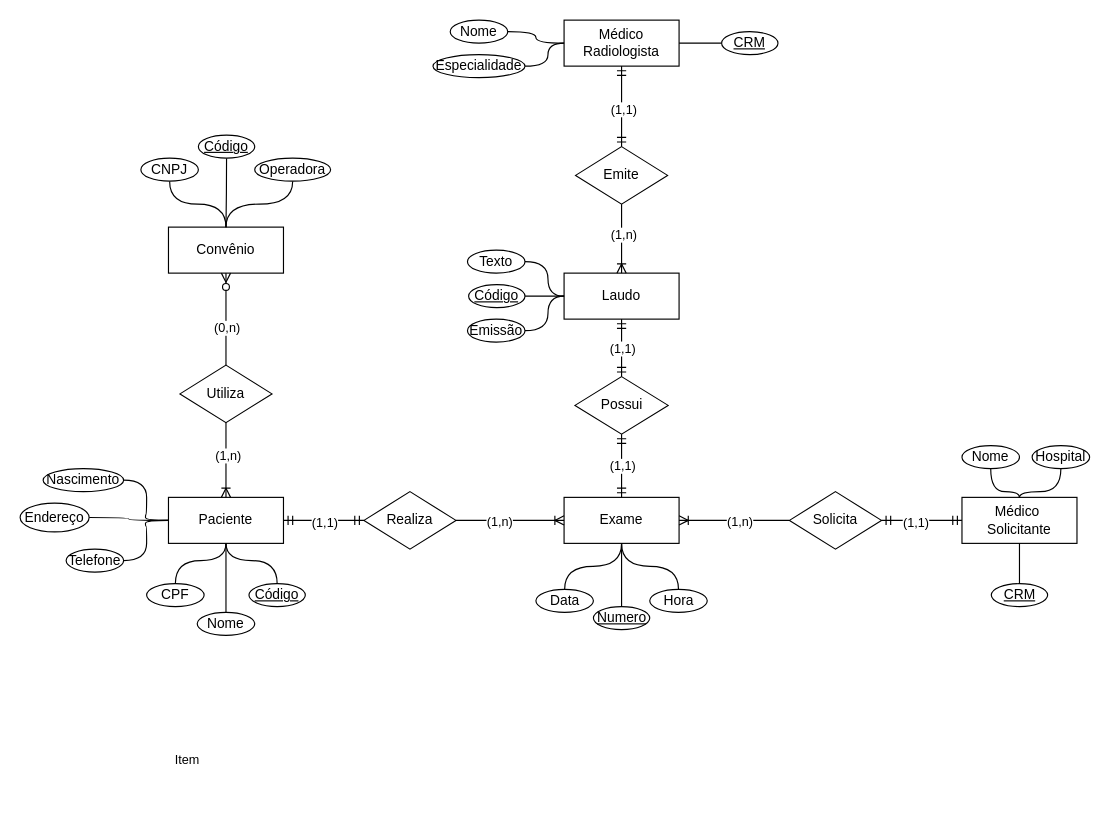
This is Ex2.drawio from Neno300/Banco-de-Dados, a draw.io file, before an edit. Source tidied: cells renumbered, new cells numbered last; positions are measured from the earlier drawing's top-left corner, leaving out a move shared by most shapes. Both pictures are drawn from the tidied source at 115%, with x=0, y=0 at pixel (20, 20).
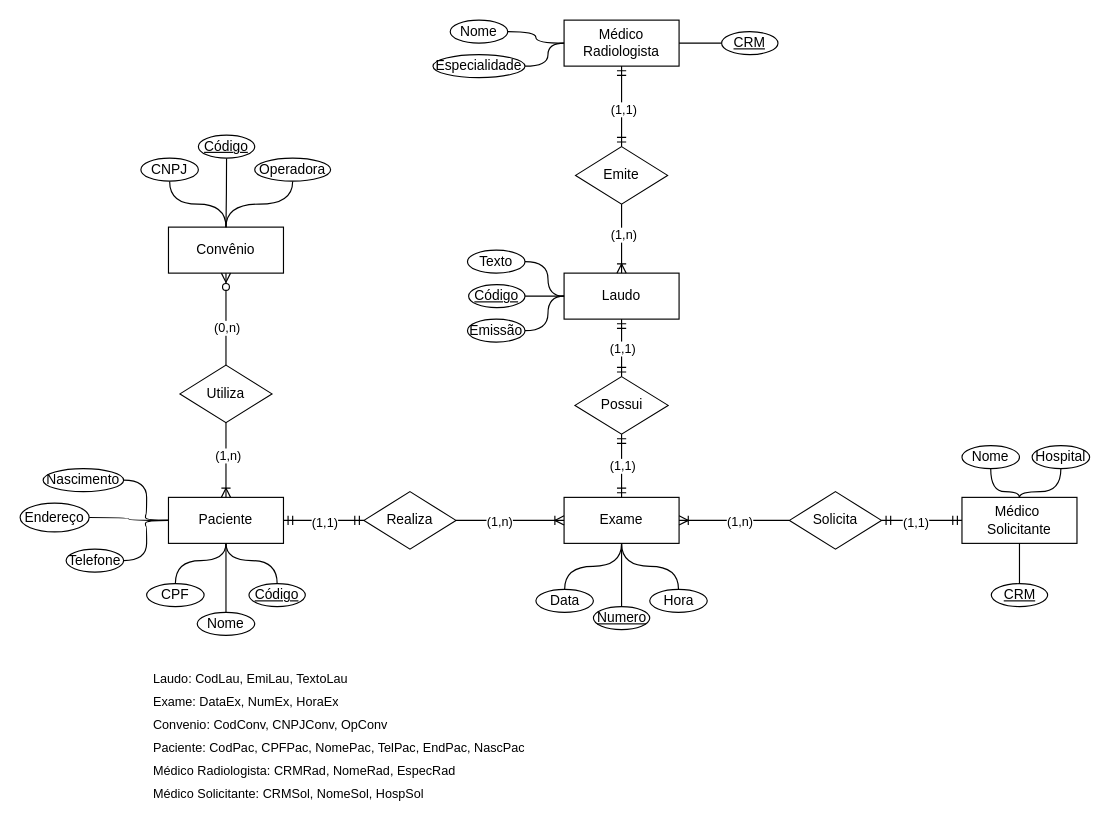
Above is the later version.

What changed in the source:
```diff
@@
-    <mxCell id="75" value="Item" style="text;strokeColor=none;fillColor=none;spacingLeft=4;spacingRight=4;overflow=hidden;fontSize=11;whiteSpace=wrap;html=1;fontFamily=Helvetica;fontColor=default;labelBackgroundColor=default;" parent="1" vertex="1">
-      <mxGeometry x="129" y="630" width="441" height="30" as="geometry" />
+    <mxCell id="75" value="Paciente: CodPac, CPFPac, NomePac, TelPac, EndPac, NascPac" style="text;strokeColor=none;fillColor=none;spacingLeft=4;spacingRight=4;overflow=hidden;fontSize=11;whiteSpace=wrap;html=1;fontFamily=Helvetica;fontColor=default;labelBackgroundColor=default;" parent="1" vertex="1">
+      <mxGeometry x="110" y="620" width="441" height="30" as="geometry" />
     </mxCell>
+    <mxCell id="76" value="Exame: DataEx, NumEx, HoraEx" style="text;strokeColor=none;fillColor=none;spacingLeft=4;spacingRight=4;overflow=hidden;fontSize=11;whiteSpace=wrap;html=1;fontFamily=Helvetica;fontColor=default;labelBackgroundColor=default;" parent="1" vertex="1">
+      <mxGeometry x="110" y="580" width="441" height="30" as="geometry" />
+    </mxCell>
+    <mxCell id="77" value="Médico Solicitante: CRMSol, NomeSol, HospSol" style="text;strokeColor=none;fillColor=none;spacingLeft=4;spacingRight=4;overflow=hidden;fontSize=11;whiteSpace=wrap;html=1;fontFamily=Helvetica;fontColor=default;labelBackgroundColor=default;" parent="1" vertex="1">
+      <mxGeometry x="110" y="660" width="441" height="30" as="geometry" />
+    </mxCell>
+    <mxCell id="78" value="Médico Radiologista: CRMRad, NomeRad, EspecRad" style="text;strokeColor=none;fillColor=none;spacingLeft=4;spacingRight=4;overflow=hidden;fontSize=11;whiteSpace=wrap;html=1;fontFamily=Helvetica;fontColor=default;labelBackgroundColor=default;" parent="1" vertex="1">
+      <mxGeometry x="110" y="640" width="441" height="30" as="geometry" />
+    </mxCell>
+    <mxCell id="79" value="Convenio: CodConv, CNPJConv, OpConv" style="text;strokeColor=none;fillColor=none;spacingLeft=4;spacingRight=4;overflow=hidden;fontSize=11;whiteSpace=wrap;html=1;fontFamily=Helvetica;fontColor=default;labelBackgroundColor=default;" parent="1" vertex="1">
+      <mxGeometry x="110" y="600" width="441" height="30" as="geometry" />
+    </mxCell>
+    <mxCell id="80" value="Laudo: CodLau, EmiLau, TextoLau" style="text;strokeColor=none;fillColor=none;spacingLeft=4;spacingRight=4;overflow=hidden;fontSize=11;whiteSpace=wrap;html=1;fontFamily=Helvetica;fontColor=default;labelBackgroundColor=default;" parent="1" vertex="1">
+      <mxGeometry x="110" y="560" width="441" height="30" as="geometry" />
+    </mxCell>
```
